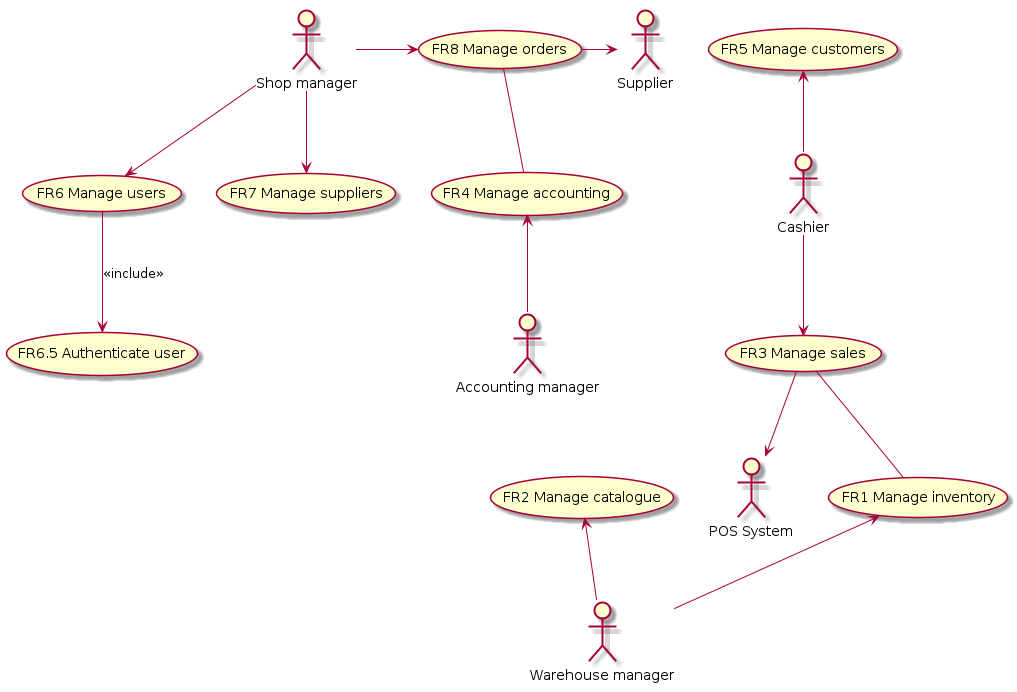
Earlier version of the PlantUML export Deliverables/img/usecase_diagram.png (BMike10/EzShop).
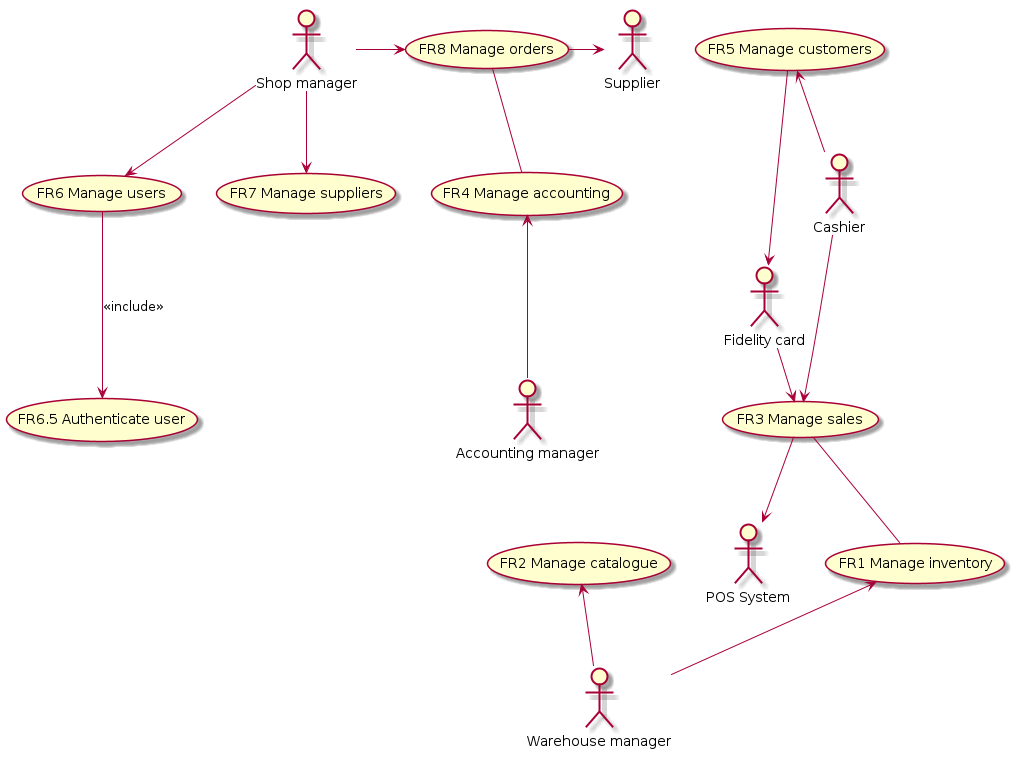
Above is the later version.

Commit message:
doc: modifed usecase diagram: add fidelity card

Diff of the diagram source:
```diff
@@ -5,6 +5,7 @@
 	actor :Warehouse manager: as wm
 	actor :Supplier: as s
 	actor :POS System: as ccs
+	actor :Fidelity card: as fc
 	usecase "FR1 Manage inventory" as mi
 	usecase "FR2 Manage catalogue" as mca
 	usecase "FR3 Manage sales" as ms
@@ -28,4 +29,6 @@
 	mi <-- wm
 	mca <-- wm
 	mo -> s
+	fc -> ms
+	mc --> fc
 @enduml
```
